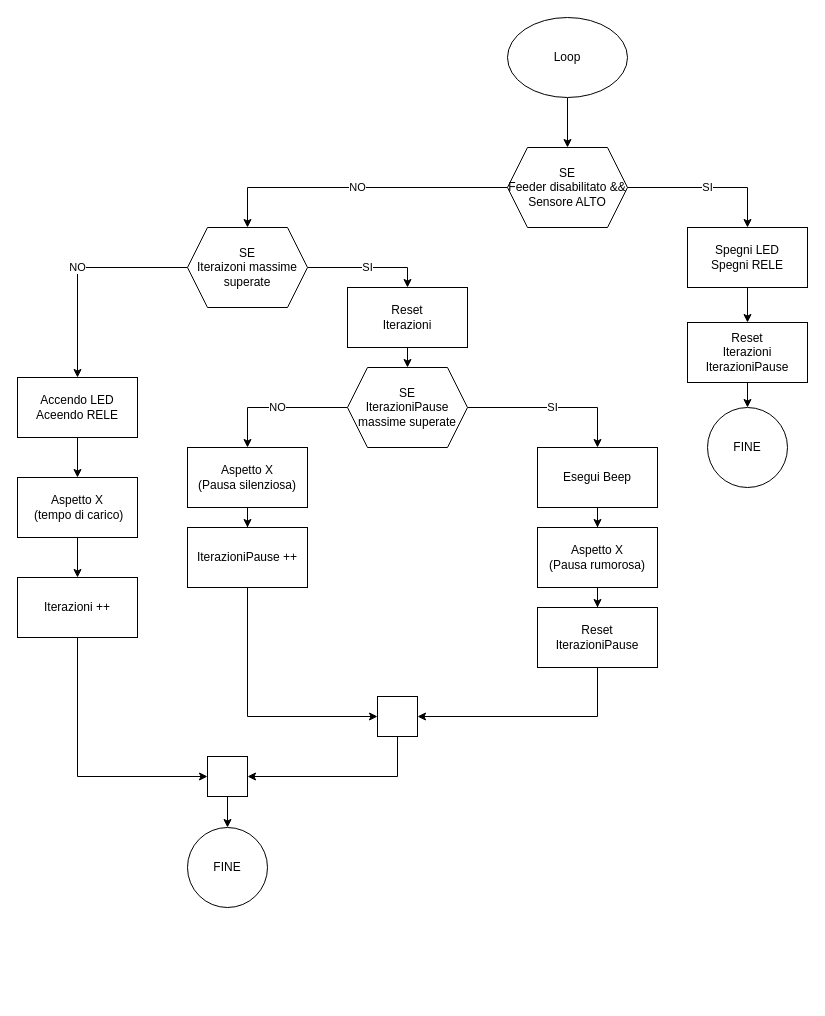
gingeradditive/G1-AutoFeeding keeps this draw.io diagram as FlowChart.drawio. Above is the earlier version. Source tidied: cells renumbered, new cells numbered last; positions are measured from the earlier drawing's top-left corner, leaving out a move shared by most shapes. Both pictures are drawn from the tidied source at 100%, with x=0, y=0 at pixel (17, 17).
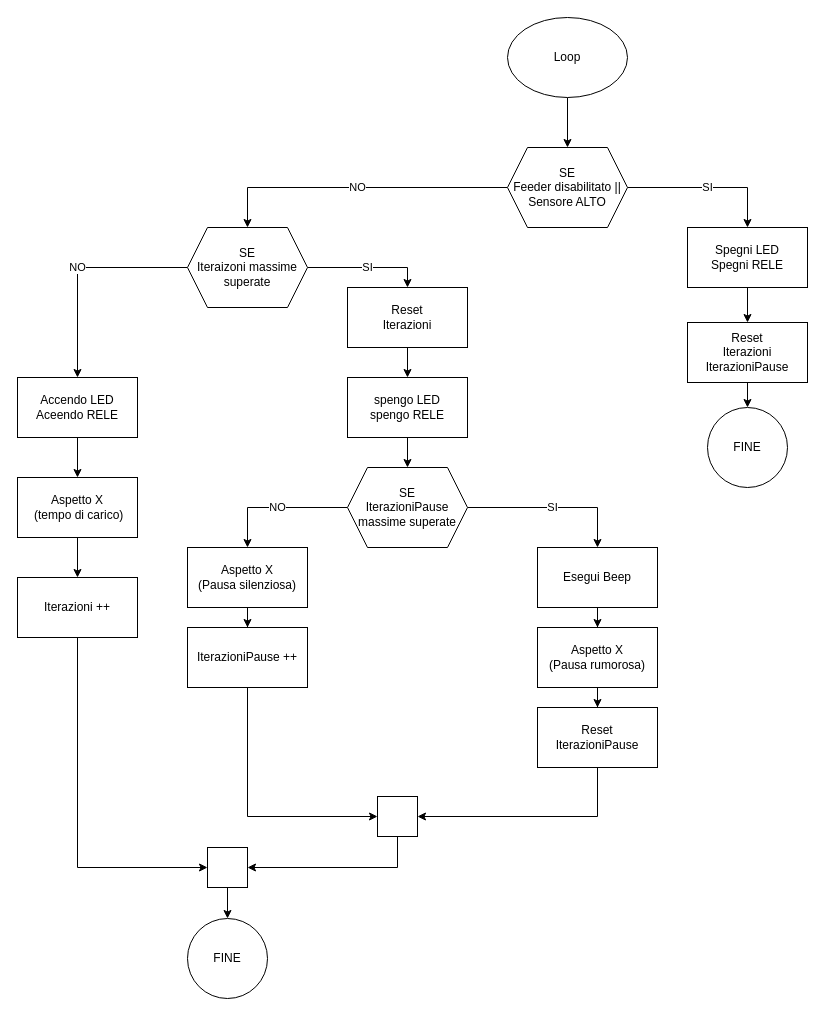
Above is the later version.

Unchanged cells that the change refers to:
```xml
<mxCell id="35" value="Reset&lt;div&gt;Iterazioni&lt;/div&gt;" style="whiteSpace=wrap;html=1;" parent="1" vertex="1">
  <mxGeometry x="330" y="270" width="120" height="60" as="geometry" />
</mxCell>
```

What changed in the source:
```diff
@@
     <mxCell id="19" style="whiteSpace=wrap;html=1;" parent="1" vertex="1">
-      <mxGeometry x="190" y="739" width="40" height="40" as="geometry" />
+      <mxGeometry x="190" y="830" width="40" height="40" as="geometry" />
     </mxCell>
     <mxCell id="20" value="SI" style="edgeStyle=orthogonalEdgeStyle;rounded=0;jettySize=auto;html=1;" parent="1" edge="1" source="22" target="24">
       <mxGeometry relative="1" as="geometry">
         <Array as="points">
-          <mxPoint x="580" y="390" />
+          <mxPoint x="580" y="490" />
         </Array>
       </mxGeometry>
     </mxCell>
     <mxCell id="21" value="NO" style="edgeStyle=orthogonalEdgeStyle;rounded=0;jettySize=auto;html=1;" parent="1" edge="1" source="22" target="28">
       <mxGeometry relative="1" as="geometry">
         <Array as="points">
-          <mxPoint x="230" y="390" />
+          <mxPoint x="230" y="490" />
         </Array>
       </mxGeometry>
     </mxCell>
     <mxCell id="22" value="SE&lt;br&gt;IterazioniPause massime superate" style="shape=hexagon;perimeter=hexagonPerimeter2;whiteSpace=wrap;html=1;fixedSize=1;" parent="1" vertex="1">
-      <mxGeometry x="330" y="350" width="120" height="80" as="geometry" />
+      <mxGeometry x="330" y="450" width="120" height="80" as="geometry" />
     </mxCell>
@@
     <mxCell id="24" value="Esegui Beep" style="whiteSpace=wrap;html=1;" parent="1" vertex="1">
-      <mxGeometry x="520" y="430" width="120" height="60" as="geometry" />
+      <mxGeometry x="520" y="530" width="120" height="60" as="geometry" />
     </mxCell>
@@
     <mxCell id="26" value="Aspetto X&lt;div&gt;(Pausa rumorosa)&lt;/div&gt;" style="whiteSpace=wrap;html=1;" parent="1" vertex="1">
-      <mxGeometry x="520" y="510" width="120" height="60" as="geometry" />
+      <mxGeometry x="520" y="610" width="120" height="60" as="geometry" />
     </mxCell>
@@
     <mxCell id="28" value="Aspetto X&lt;div&gt;(Pausa silenziosa)&lt;/div&gt;" style="whiteSpace=wrap;html=1;" parent="1" vertex="1">
-      <mxGeometry x="170" y="430" width="120" height="60" as="geometry" />
+      <mxGeometry x="170" y="530" width="120" height="60" as="geometry" />
     </mxCell>
@@
     <mxCell id="30" style="whiteSpace=wrap;html=1;" parent="1" vertex="1">
-      <mxGeometry x="360" y="679" width="40" height="40" as="geometry" />
+      <mxGeometry x="360" y="779" width="40" height="40" as="geometry" />
     </mxCell>
@@
     <mxCell id="32" value="IterazioniPause ++" style="whiteSpace=wrap;html=1;" parent="1" vertex="1">
-      <mxGeometry x="170" y="510" width="120" height="60" as="geometry" />
+      <mxGeometry x="170" y="610" width="120" height="60" as="geometry" />
     </mxCell>
     <mxCell id="33" value="FINE" style="ellipse;whiteSpace=wrap;html=1;" parent="1" vertex="1">
-      <mxGeometry x="170" y="810" width="80" height="80" as="geometry" />
+      <mxGeometry x="170" y="901" width="80" height="80" as="geometry" />
     </mxCell>
-    <mxCell id="34" style="edgeStyle=orthogonalEdgeStyle;rounded=0;jettySize=auto;html=1;exitX=0.5;exitY=1;exitDx=0;exitDy=0;entryX=0.5;entryY=0;entryDx=0;entryDy=0;" parent="1" edge="1" source="35" target="22">
-      <mxGeometry relative="1" as="geometry" />
-    </mxCell>
+    <mxCell id="41" style="edgeStyle=orthogonalEdgeStyle;rounded=0;jettySize=auto;html=1;exitX=0.5;exitY=1;exitDx=0;exitDy=0;entryX=0.5;entryY=0;entryDx=0;entryDy=0;" parent="1" edge="1" source="35" target="43">
+      <mxGeometry relative="1" as="geometry" />
+    </mxCell>
@@
-    <mxCell id="36" value="SE&lt;div&gt;Feeder disabilitato &amp;amp;&amp;amp;&lt;/div&gt;&lt;div&gt;Sensore ALTO&lt;/div&gt;" style="shape=hexagon;perimeter=hexagonPerimeter2;whiteSpace=wrap;html=1;fixedSize=1;" parent="1" vertex="1">
+    <mxCell id="36" value="SE&lt;div&gt;Feeder disabilitato ||&lt;/div&gt;&lt;div&gt;Sensore ALTO&lt;/div&gt;" style="shape=hexagon;perimeter=hexagonPerimeter2;whiteSpace=wrap;html=1;fixedSize=1;" parent="1" vertex="1">
       <mxGeometry x="490" y="130" width="120" height="80" as="geometry" />
     </mxCell>
@@
     <mxCell id="40" value="Reset&lt;div&gt;IterazioniPause&lt;/div&gt;" style="whiteSpace=wrap;html=1;" parent="1" vertex="1">
-      <mxGeometry x="520" y="590" width="120" height="60" as="geometry" />
+      <mxGeometry x="520" y="690" width="120" height="60" as="geometry" />
     </mxCell>
+    <mxCell id="42" style="edgeStyle=orthogonalEdgeStyle;rounded=0;jettySize=auto;html=1;exitX=0.5;exitY=1;exitDx=0;exitDy=0;entryX=0.5;entryY=0;entryDx=0;entryDy=0;" parent="1" edge="1" source="43" target="22">
+      <mxGeometry relative="1" as="geometry" />
+    </mxCell>
+    <mxCell id="43" value="spengo LED&lt;div&gt;spengo RELE&lt;/div&gt;" style="whiteSpace=wrap;html=1;" parent="1" vertex="1">
+      <mxGeometry x="330" y="360" width="120" height="60" as="geometry" />
+    </mxCell>
```
